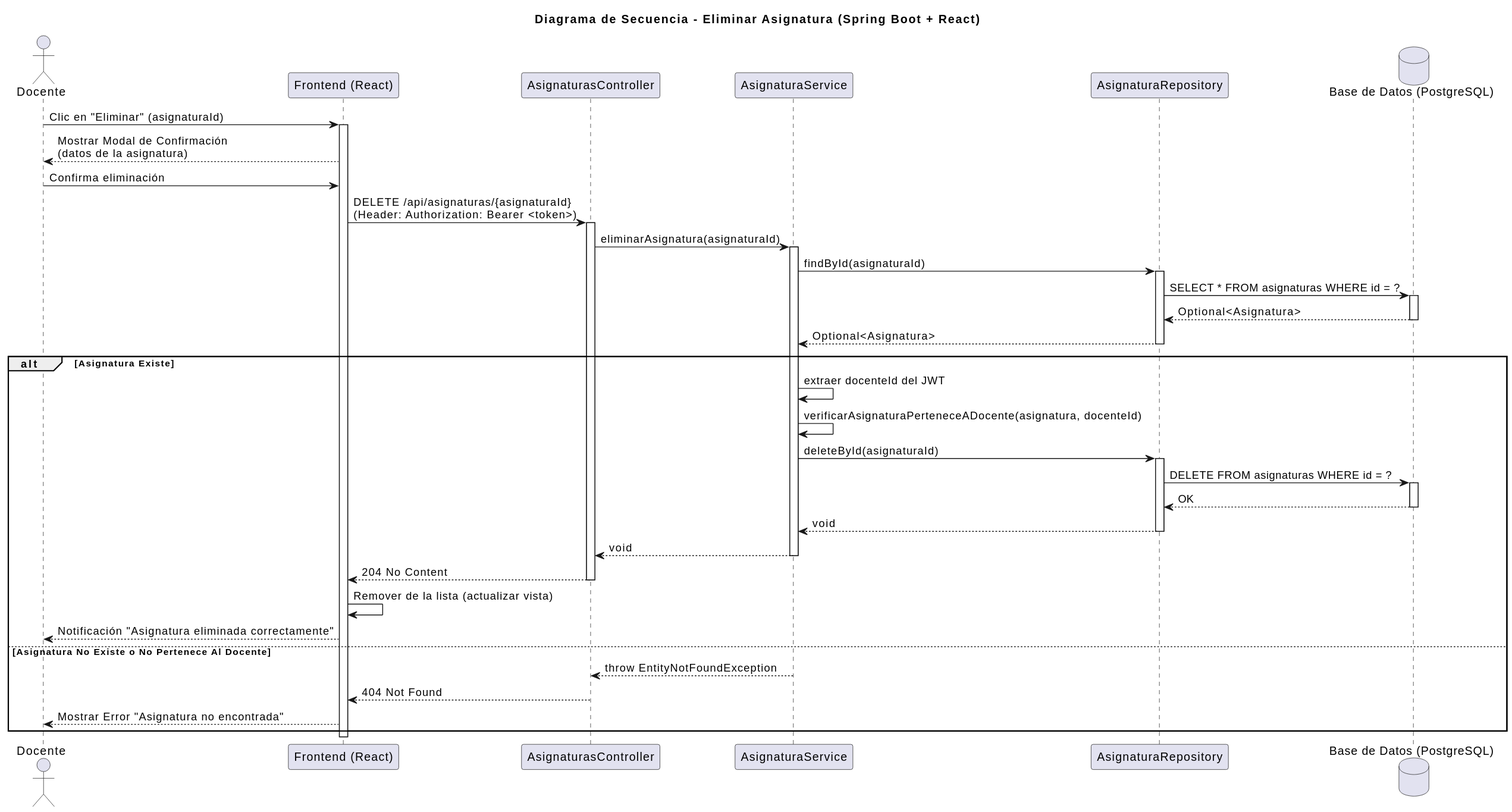
The PlantUML diagram images/diseño/eliminarAsignatura/secuencia.svg in martinlopez7/25-26-idsw2-sdVC, before a commit. Its diagram source:
```plantuml
@startuml
title Diagrama de Secuencia - Eliminar Asignatura (Spring Boot + React)

actor "Docente" as Teacher
participant "Frontend (React)" as FE
participant "AsignaturasController" as Controller
participant "AsignaturaService" as Service
participant "AsignaturaRepository" as Repo
database "Base de Datos (PostgreSQL)" as DB

Teacher -> FE: Clic en "Eliminar" (asignaturaId)
activate FE
FE --> Teacher: Mostrar Modal de Confirmación\n(datos de la asignatura)
Teacher -> FE: Confirma eliminación
FE -> Controller: DELETE /api/asignaturas/{asignaturaId}\n(Header: Authorization: Bearer <token>)
activate Controller
Controller -> Service: eliminarAsignatura(asignaturaId)
activate Service
Service -> Repo: findById(asignaturaId)
activate Repo
Repo -> DB: SELECT * FROM asignaturas WHERE id = ?
activate DB
DB --> Repo: Optional<Asignatura>
deactivate DB
Repo --> Service: Optional<Asignatura>
deactivate Repo
alt Asignatura Existe
    Service -> Service: extraer docenteId del JWT
    Service -> Service: verificarAsignaturaPerteneceADocente(asignatura, docenteId)
    Service -> Repo: deleteById(asignaturaId)
    activate Repo
    Repo -> DB: DELETE FROM asignaturas WHERE id = ?
    activate DB
    DB --> Repo: OK
    deactivate DB
    Repo --> Service: void
    deactivate Repo
    Service --> Controller: void
    deactivate Service
    Controller --> FE: 204 No Content
    deactivate Controller
    FE -> FE: Remover de la lista (actualizar vista)
    FE --> Teacher: Notificación "Asignatura eliminada correctamente"
else Asignatura No Existe o No Pertenece Al Docente
    Service --> Controller: throw EntityNotFoundException
    deactivate Service
    Controller --> FE: 404 Not Found
    deactivate Controller
    FE --> Teacher: Mostrar Error "Asignatura no encontrada"
end
deactivate FE
@enduml
```
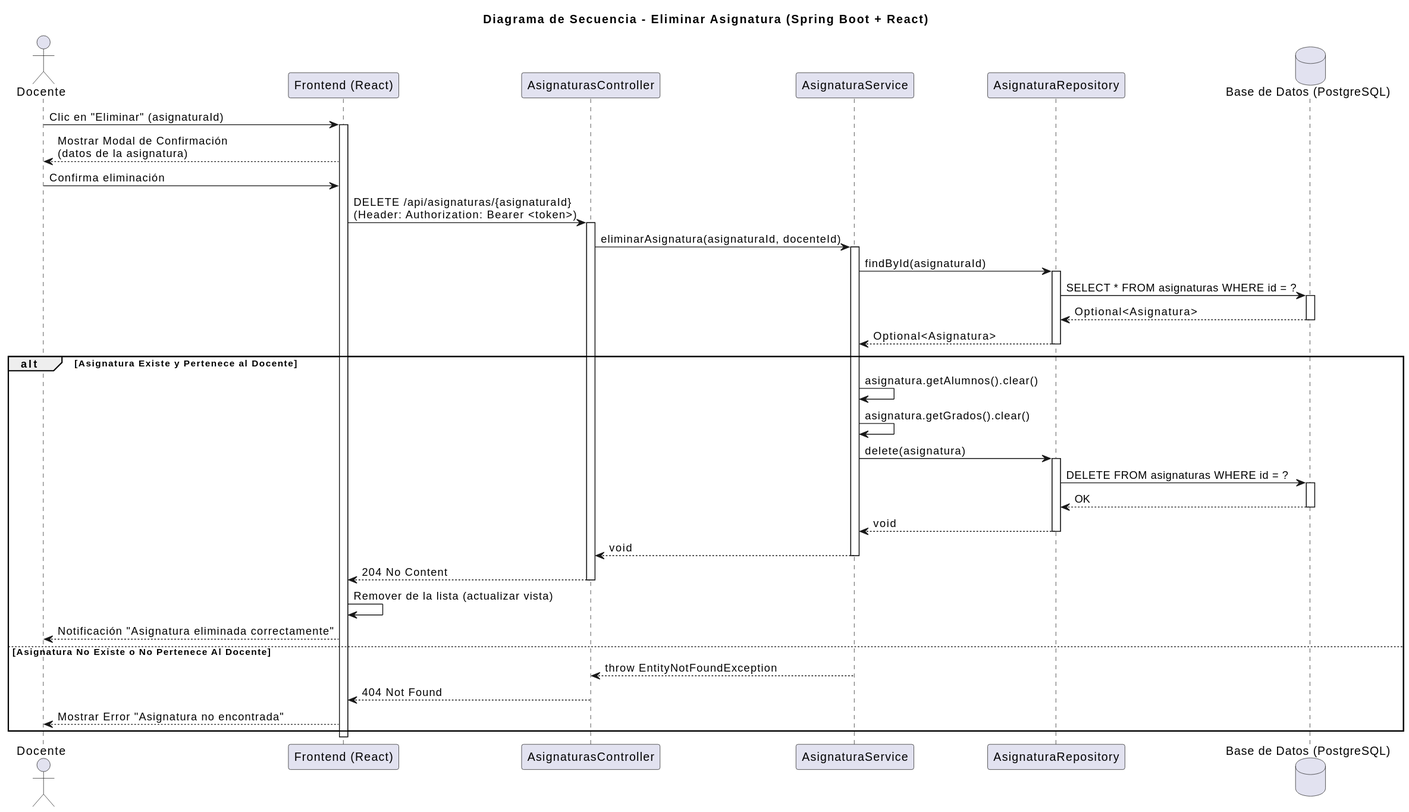
The same file after the commit.

Commit message:
fix: correccion diseño eliminarAsignatura (se me olvidó actualizar el diagrama)

What changed in the source:
```diff
@@ -14,7 +14,7 @@
 Teacher -> FE: Confirma eliminación
 FE -> Controller: DELETE /api/asignaturas/{asignaturaId}\n(Header: Authorization: Bearer <token>)
 activate Controller
-Controller -> Service: eliminarAsignatura(asignaturaId)
+Controller -> Service: eliminarAsignatura(asignaturaId, docenteId)
 activate Service
 Service -> Repo: findById(asignaturaId)
 activate Repo
@@ -24,10 +24,10 @@
 deactivate DB
 Repo --> Service: Optional<Asignatura>
 deactivate Repo
-alt Asignatura Existe
-    Service -> Service: extraer docenteId del JWT
-    Service -> Service: verificarAsignaturaPerteneceADocente(asignatura, docenteId)
-    Service -> Repo: deleteById(asignaturaId)
+alt Asignatura Existe y Pertenece al Docente
+    Service -> Service: asignatura.getAlumnos().clear()
+    Service -> Service: asignatura.getGrados().clear()
+    Service -> Repo: delete(asignatura)
     activate Repo
     Repo -> DB: DELETE FROM asignaturas WHERE id = ?
     activate DB
```
